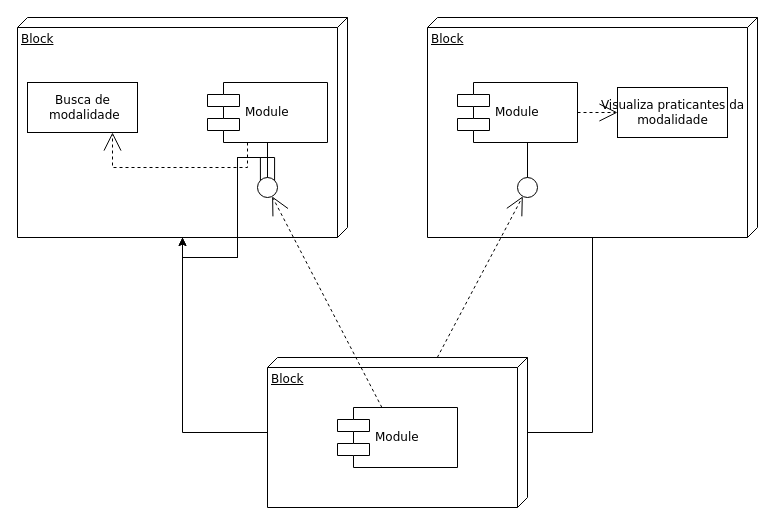
Before: Untitled Diagram.drawio in pmarangon/Grupo-1-PI--Sa-de-e-Bem-Estar, a draw.io diagram. Source tidied: cells renumbered, new cells numbered last; positions are measured from the earlier drawing's top-left corner, leaving out a move shared by most shapes. Both pictures are drawn from the tidied source at 100%, with x=0, y=0 at pixel (17, 17).
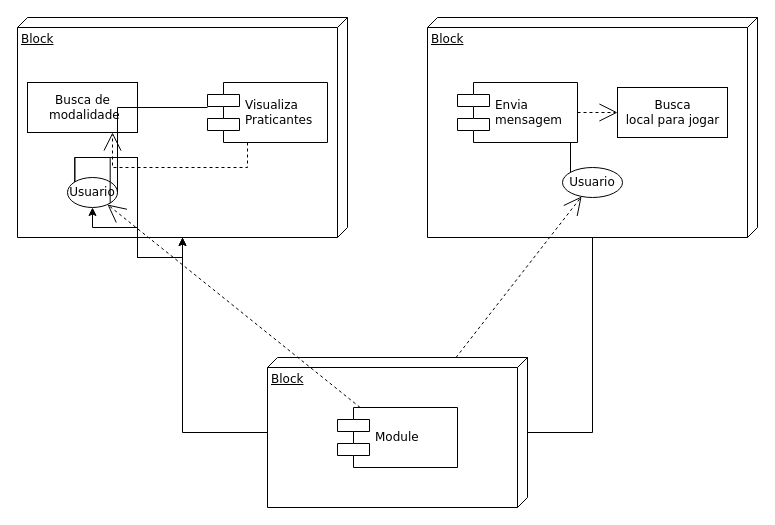
After the change.

Commit message:
Casos de uso

Diff of the diagram source:
```diff
@@
-    <mxCell id="6" value="Module" style="shape=component;align=left;spacingLeft=36;rounded=0;shadow=0;comic=0;labelBackgroundColor=none;strokeWidth=1;fontFamily=Verdana;fontSize=12;html=1;" parent="1" vertex="1">
+    <mxCell id="6" value="Visualiza&amp;nbsp;&lt;br&gt;Praticantes" style="shape=component;align=left;spacingLeft=36;rounded=0;shadow=0;comic=0;labelBackgroundColor=none;strokeWidth=1;fontFamily=Verdana;fontSize=12;html=1;" parent="1" vertex="1">
       <mxGeometry x="190" y="65" width="120" height="60" as="geometry" />
     </mxCell>
@@
-    <mxCell id="9" style="ellipse;whiteSpace=wrap;html=1;rounded=0;shadow=0;comic=0;labelBackgroundColor=none;strokeWidth=1;fontFamily=Verdana;fontSize=12;align=center;" parent="1" vertex="1">
-      <mxGeometry x="240" y="160" width="20" height="20" as="geometry" />
+    <mxCell id="9" value="Usuario" style="ellipse;whiteSpace=wrap;html=1;rounded=0;shadow=0;comic=0;labelBackgroundColor=none;strokeWidth=1;fontFamily=Verdana;fontSize=12;align=center;direction=south;" parent="1" vertex="1">
+      <mxGeometry x="50" y="160" width="50" height="30" as="geometry" />
     </mxCell>
-    <mxCell id="10" value="Module" style="shape=component;align=left;spacingLeft=36;rounded=0;shadow=0;comic=0;labelBackgroundColor=none;strokeWidth=1;fontFamily=Verdana;fontSize=12;html=1;" parent="1" vertex="1">
+    <mxCell id="10" value="Envia &lt;br&gt;mensagem" style="shape=component;align=left;spacingLeft=36;rounded=0;shadow=0;comic=0;labelBackgroundColor=none;strokeWidth=1;fontFamily=Verdana;fontSize=12;html=1;" parent="1" vertex="1">
       <mxGeometry x="440" y="65" width="120" height="60" as="geometry" />
     </mxCell>
-    <mxCell id="11" value="Visualiza praticantes da &lt;br&gt;modalidade" style="html=1;rounded=0;shadow=0;comic=0;labelBackgroundColor=none;strokeWidth=1;fontFamily=Verdana;fontSize=12;align=center;" parent="1" vertex="1">
+    <mxCell id="11" value="Busca &lt;br&gt;local para jogar" style="html=1;rounded=0;shadow=0;comic=0;labelBackgroundColor=none;strokeWidth=1;fontFamily=Verdana;fontSize=12;align=center;" parent="1" vertex="1">
       <mxGeometry x="600" y="70" width="110" height="50" as="geometry" />
     </mxCell>
-    <mxCell id="12" style="ellipse;whiteSpace=wrap;html=1;rounded=0;shadow=0;comic=0;labelBackgroundColor=none;strokeWidth=1;fontFamily=Verdana;fontSize=12;align=center;" parent="1" vertex="1">
-      <mxGeometry x="500" y="160" width="20" height="20" as="geometry" />
+    <mxCell id="12" value="Usuario" style="ellipse;whiteSpace=wrap;html=1;rounded=0;shadow=0;comic=0;labelBackgroundColor=none;strokeWidth=1;fontFamily=Verdana;fontSize=12;align=center;" parent="1" vertex="1">
+      <mxGeometry x="545" y="150" width="60" height="30" as="geometry" />
     </mxCell>
@@
     <mxCell id="17" style="edgeStyle=elbowEdgeStyle;rounded=0;html=1;labelBackgroundColor=none;startArrow=none;startFill=0;startSize=8;endArrow=none;endFill=0;endSize=16;fontFamily=Verdana;fontSize=12;" parent="1" edge="1" source="9" target="6">
-      <mxGeometry relative="1" as="geometry" />
+      <mxGeometry relative="1" as="geometry">
+        <Array as="points">
+          <mxPoint x="100" y="90" />
+        </Array>
+      </mxGeometry>
     </mxCell>
@@
+    <mxCell id="22" style="edgeStyle=orthogonalEdgeStyle;rounded=0;orthogonalLoop=1;jettySize=auto;html=1;exitX=1;exitY=0;exitDx=0;exitDy=0;" parent="1" edge="1" source="9" target="9">
+      <mxGeometry relative="1" as="geometry" />
+    </mxCell>
```
